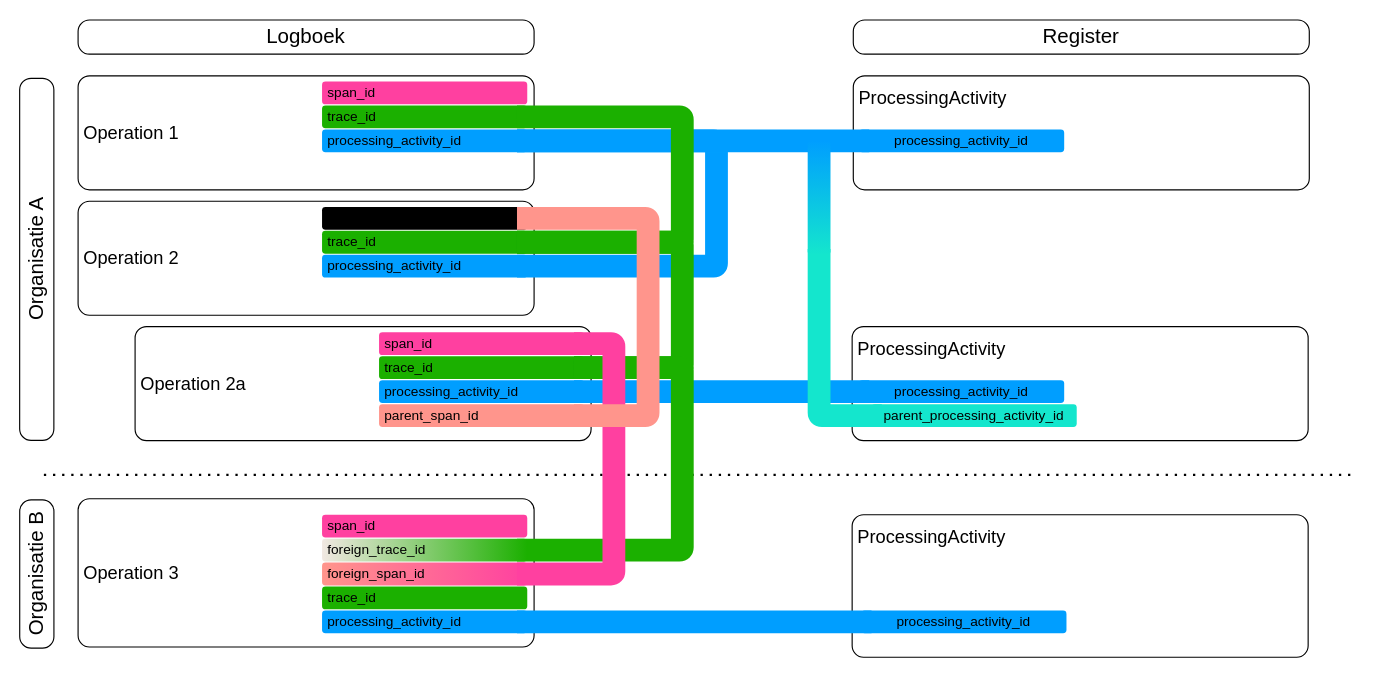
Earlier version of the draw.io diagram page "Totaal-abstract" (2 of 15) of media/LogboekDataVerwerking.drawio (Logius-standaarden/logboek-dataverwerkingen-inleiding). Source tidied: cells renumbered, new cells numbered last; positions are measured from the earlier drawing's top-left corner, leaving out a move shared by most shapes. Both pictures are drawn from the tidied source at 114%, with x=0, y=0 at pixel (-145, 19).
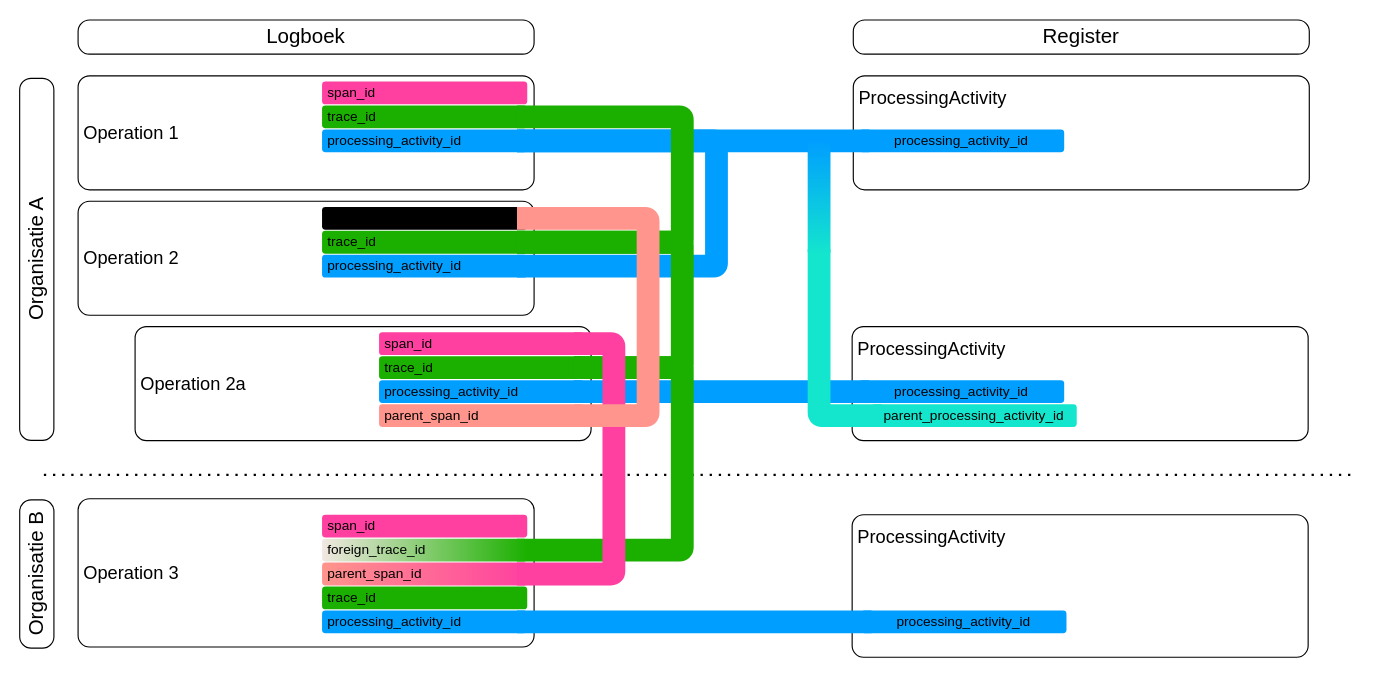
The same page after the edit.

Change to the diagram source:
```diff
@@
-    <mxCell id="19" value="foreign_span_id" style="rounded=1;whiteSpace=wrap;html=1;strokeColor=none;fillColor=#FF958C;points=[[0,0,0,0,0],[0,0.25,0,0,0],[0,0.75,0,0,0],[0,1,0,0,0],[0.05,0.5,0,0,0],[0.25,0,0,0,0],[0.25,1,0,0,0],[0.5,0,0,0,0],[0.5,1,0,0,0],[0.75,0,0,0,0],[0.75,1,0,0,0],[0.95,0.5,0,0,0],[1,0,0,0,0],[1,0.25,0,0,0],[1,0.75,0,0,0],[1,1,0,0,0]];align=left;spacing=5;gradientColor=#FF40A0;gradientDirection=east;" parent="1" vertex="1">
+    <mxCell id="19" value="parent_span_id" style="rounded=1;whiteSpace=wrap;html=1;strokeColor=none;fillColor=#FF958C;points=[[0,0,0,0,0],[0,0.25,0,0,0],[0,0.75,0,0,0],[0,1,0,0,0],[0.05,0.5,0,0,0],[0.25,0,0,0,0],[0.25,1,0,0,0],[0.5,0,0,0,0],[0.5,1,0,0,0],[0.75,0,0,0,0],[0.75,1,0,0,0],[0.95,0.5,0,0,0],[1,0,0,0,0],[1,0.25,0,0,0],[1,0.75,0,0,0],[1,1,0,0,0]];align=left;spacing=5;gradientColor=#FF40A0;gradientDirection=east;" parent="1" vertex="1">
       <mxGeometry x="409" y="476" width="180" height="20" as="geometry" />
     </mxCell>
```
